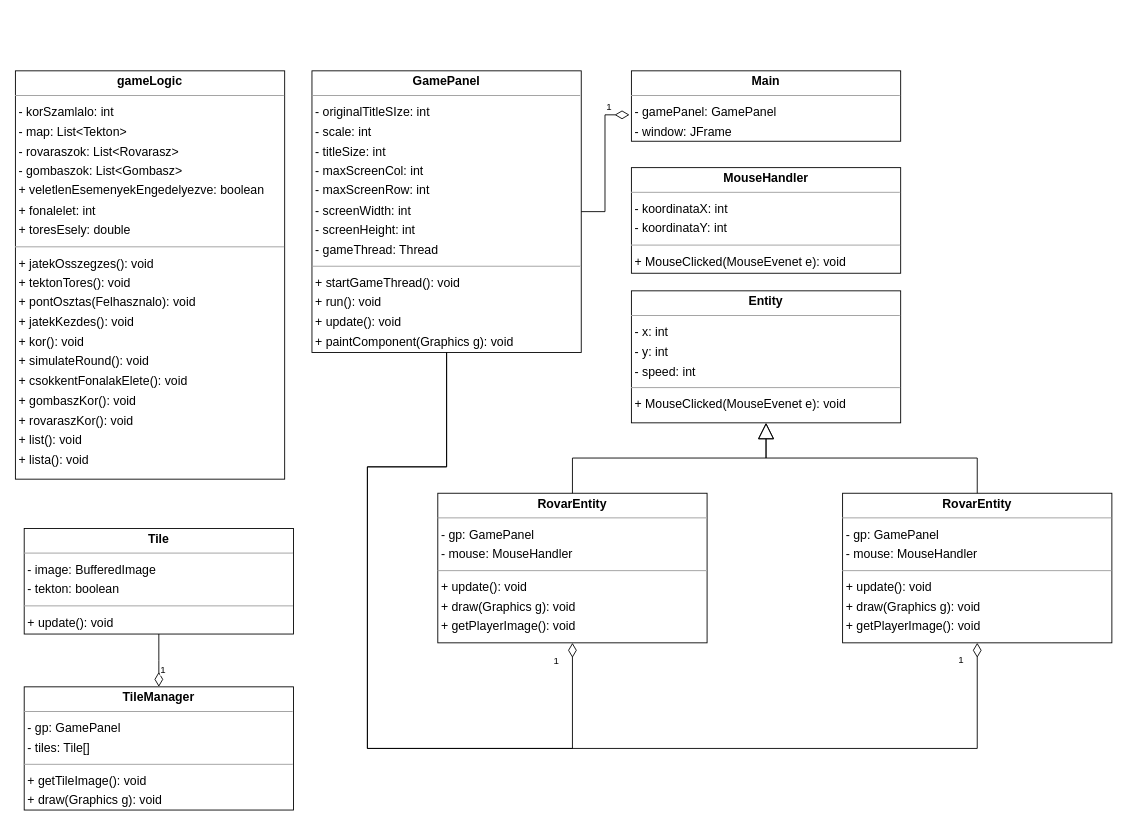
Before: UML/graf/grafikus.drawio in Blasonka/Matukain, a draw.io diagram. Source tidied: cells renumbered, new cells numbered last; positions are measured from the earlier drawing's top-left corner, leaving out a move shared by most shapes. Both pictures are drawn from the tidied source at 88%, with x=0, y=0 at pixel (15, 70).
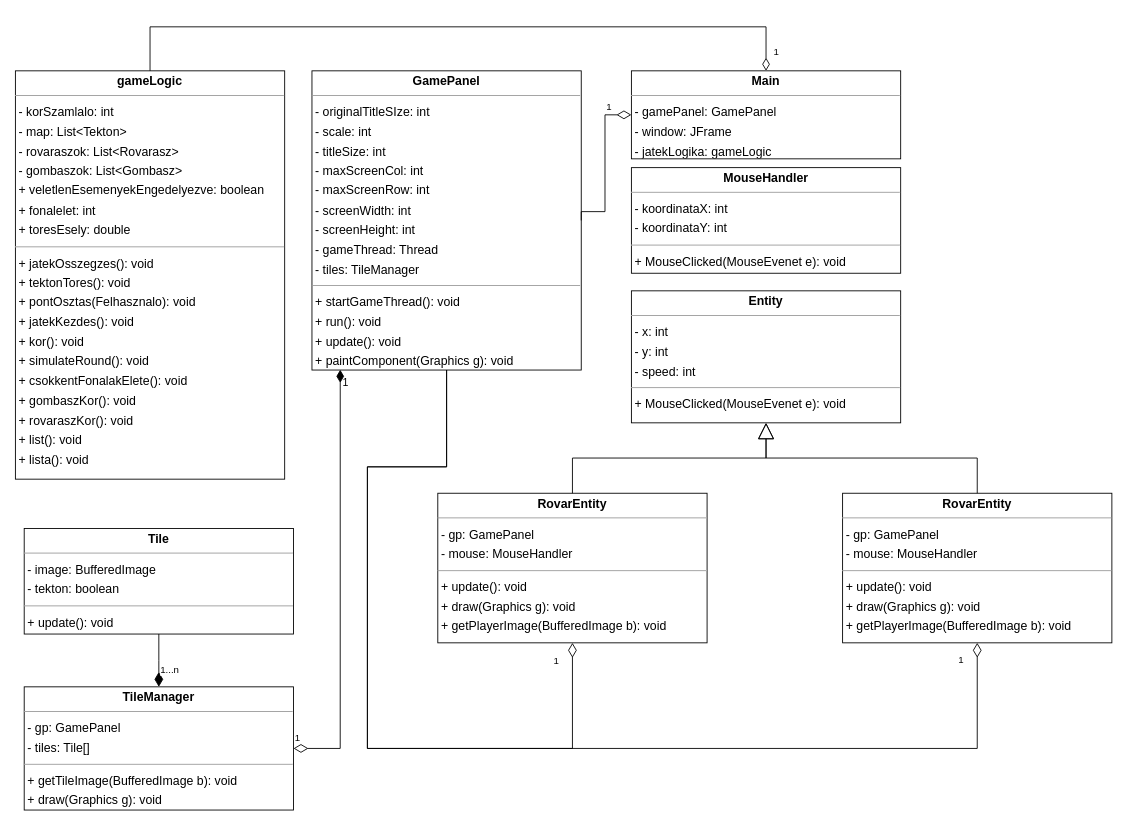
The same diagram, later.

Commit message (it also covers changes not shown here):
UML Grafikus beadott

Unchanged cells that the change refers to:
```xml
<mxCell id="2" value="&lt;p style=&quot;margin:0px;margin-top:4px;text-align:center;&quot;&gt;&lt;b&gt;gameLogic&lt;/b&gt;&lt;/p&gt;&lt;hr size=&quot;1&quot;&gt;&lt;p style=&quot;margin:0 0 0 4px;line-height:1.6;&quot;&gt;- korSzamlalo: int&lt;/p&gt;&lt;p style=&quot;margin:0 0 0 4px;line-height:1.6;&quot;&gt;- map: List&amp;lt;Tekton&amp;gt;&lt;br&gt;- rovaraszok: List&amp;lt;Rovarasz&amp;gt;&lt;br&gt;- gombaszok: List&amp;lt;Gombasz&amp;gt;&lt;br&gt;+ veletlenEsemenyekEngedelyezve: boolean&lt;br&gt;+ fonalelet: int&lt;br&gt;+ toresEsely: double&lt;/p&gt;&lt;hr size=&quot;1&quot;&gt;&lt;p style=&quot;margin:0 0 0 4px;line-height:1.6;&quot;&gt;&lt;span style=&quot;background-color: transparent; color: light-dark(rgb(0, 0, 0), rgb(255, 255, 255));&quot;&gt;+ jatekOsszegzes(): void&lt;/span&gt;&lt;/p&gt;&lt;p style=&quot;margin:0 0 0 4px;line-height:1.6;&quot;&gt;&lt;span style=&quot;background-color: transparent; color: light-dark(rgb(0, 0, 0), rgb(255, 255, 255));&quot;&gt;+ tektonTores(): void&lt;/span&gt;&lt;/p&gt;&lt;p style=&quot;margin:0 0 0 4px;line-height:1.6;&quot;&gt;&lt;span style=&quot;background-color: transparent; color: light-dark(rgb(0, 0, 0), rgb(255, 255, 255));&quot;&gt;+ pontOsztas(Felhasznalo): void&lt;/span&gt;&lt;/p&gt;&lt;p style=&quot;margin:0 0 0 4px;line-height:1.6;&quot;&gt;&lt;span style=&quot;background-color: transparent; color: light-dark(rgb(0, 0, 0), rgb(255, 255, 255));&quot;&gt;+ jatekKezdes(): void&lt;/span&gt;&lt;/p&gt;&lt;p style=&quot;margin:0 0 0 4px;line-height:1.6;&quot;&gt;&lt;span style=&quot;background-color: transparent; color: light-dark(rgb(0, 0, 0), rgb(255, 255, 255));&quot;&gt;+ kor(): void&lt;/span&gt;&lt;/p&gt;&lt;p style=&quot;margin:0 0 0 4px;line-height:1.6;&quot;&gt;+ simulateRound(): void&lt;/p&gt;&lt;p style=&quot;margin:0 0 0 4px;line-height:1.6;&quot;&gt;+ csokkentFonalakElete(): void&lt;br&gt;+ gombaszKor(): void&lt;br&gt;+ rovaraszKor(): void&lt;br&gt;+ list(): void&lt;/p&gt;&lt;p style=&quot;margin:0 0 0 4px;line-height:1.6;&quot;&gt;+ lista(): void&lt;/p&gt;" style="verticalAlign=top;align=left;overflow=fill;fontSize=14;fontFamily=Helvetica;html=1;rounded=0;shadow=0;comic=0;labelBackgroundColor=none;strokeWidth=1;" parent="1" vertex="1">
  <mxGeometry width="306" height="464" as="geometry" />
</mxCell>
<mxCell id="12" value="&lt;p style=&quot;margin:0px;margin-top:4px;text-align:center;&quot;&gt;&lt;b&gt;Tile&lt;/b&gt;&lt;/p&gt;&lt;hr size=&quot;1&quot;&gt;&lt;p style=&quot;margin:0 0 0 4px;line-height:1.6;&quot;&gt;- image: BufferedImage&lt;br&gt;&lt;/p&gt;&lt;p style=&quot;margin:0 0 0 4px;line-height:1.6;&quot;&gt;- tekton: boolean&lt;/p&gt;&lt;hr size=&quot;1&quot;&gt;&lt;p style=&quot;margin:0 0 0 4px;line-height:1.6;&quot;&gt;+ update(): void&lt;br&gt;&lt;/p&gt;" style="verticalAlign=top;align=left;overflow=fill;fontSize=14;fontFamily=Helvetica;html=1;rounded=0;shadow=0;comic=0;labelBackgroundColor=none;strokeWidth=1;" parent="1" vertex="1">
  <mxGeometry x="10" y="520" width="306" height="120" as="geometry" />
</mxCell>
```

The edit, as a diff of the source:
```diff
@@
-    <mxCell id="3" value="&lt;p style=&quot;margin:0px;margin-top:4px;text-align:center;&quot;&gt;&lt;b&gt;GamePanel&lt;/b&gt;&lt;/p&gt;&lt;hr size=&quot;1&quot;&gt;&lt;p style=&quot;margin:0 0 0 4px;line-height:1.6;&quot;&gt;- originalTitleSIze: int&lt;/p&gt;&lt;p style=&quot;margin:0 0 0 4px;line-height:1.6;&quot;&gt;- scale: int&lt;/p&gt;&lt;p style=&quot;margin:0 0 0 4px;line-height:1.6;&quot;&gt;- titleSize: int&lt;/p&gt;&lt;p style=&quot;margin:0 0 0 4px;line-height:1.6;&quot;&gt;- maxScreenCol: int&lt;/p&gt;&lt;p style=&quot;margin:0 0 0 4px;line-height:1.6;&quot;&gt;- maxScreenRow: int&lt;/p&gt;&lt;p style=&quot;margin:0 0 0 4px;line-height:1.6;&quot;&gt;- screenWidth: int&lt;/p&gt;&lt;p style=&quot;margin:0 0 0 4px;line-height:1.6;&quot;&gt;- screenHeight: int&lt;/p&gt;&lt;p style=&quot;margin:0 0 0 4px;line-height:1.6;&quot;&gt;- gameThread: Thread&lt;/p&gt;&lt;hr size=&quot;1&quot;&gt;&lt;p style=&quot;margin:0 0 0 4px;line-height:1.6;&quot;&gt;&lt;span style=&quot;background-color: transparent; color: light-dark(rgb(0, 0, 0), rgb(255, 255, 255));&quot;&gt;+ startGameThread(): void&lt;/span&gt;&lt;/p&gt;&lt;p style=&quot;margin:0 0 0 4px;line-height:1.6;&quot;&gt;&lt;span style=&quot;background-color: transparent; color: light-dark(rgb(0, 0, 0), rgb(255, 255, 255));&quot;&gt;+ run(): void&lt;/span&gt;&lt;/p&gt;&lt;p style=&quot;margin:0 0 0 4px;line-height:1.6;&quot;&gt;&lt;span style=&quot;background-color: transparent; color: light-dark(rgb(0, 0, 0), rgb(255, 255, 255));&quot;&gt;+ update(): void&lt;/span&gt;&lt;/p&gt;&lt;p style=&quot;margin:0 0 0 4px;line-height:1.6;&quot;&gt;&lt;span style=&quot;background-color: transparent; color: light-dark(rgb(0, 0, 0), rgb(255, 255, 255));&quot;&gt;+ paintComponent(Graphics g): void&lt;/span&gt;&lt;/p&gt;" style="verticalAlign=top;align=left;overflow=fill;fontSize=14;fontFamily=Helvetica;html=1;rounded=0;shadow=0;comic=0;labelBackgroundColor=none;strokeWidth=1;" parent="1" vertex="1">
-      <mxGeometry x="337" width="306" height="320" as="geometry" />
+    <mxCell id="3" value="&lt;p style=&quot;margin:0px;margin-top:4px;text-align:center;&quot;&gt;&lt;b&gt;GamePanel&lt;/b&gt;&lt;/p&gt;&lt;hr size=&quot;1&quot;&gt;&lt;p style=&quot;margin:0 0 0 4px;line-height:1.6;&quot;&gt;- originalTitleSIze: int&lt;/p&gt;&lt;p style=&quot;margin:0 0 0 4px;line-height:1.6;&quot;&gt;- scale: int&lt;/p&gt;&lt;p style=&quot;margin:0 0 0 4px;line-height:1.6;&quot;&gt;- titleSize: int&lt;/p&gt;&lt;p style=&quot;margin:0 0 0 4px;line-height:1.6;&quot;&gt;- maxScreenCol: int&lt;/p&gt;&lt;p style=&quot;margin:0 0 0 4px;line-height:1.6;&quot;&gt;- maxScreenRow: int&lt;/p&gt;&lt;p style=&quot;margin:0 0 0 4px;line-height:1.6;&quot;&gt;- screenWidth: int&lt;/p&gt;&lt;p style=&quot;margin:0 0 0 4px;line-height:1.6;&quot;&gt;- screenHeight: int&lt;/p&gt;&lt;p style=&quot;margin:0 0 0 4px;line-height:1.6;&quot;&gt;- gameThread: Thread&lt;/p&gt;&lt;p style=&quot;margin:0 0 0 4px;line-height:1.6;&quot;&gt;- tiles: TileManager&lt;/p&gt;&lt;hr size=&quot;1&quot;&gt;&lt;p style=&quot;margin:0 0 0 4px;line-height:1.6;&quot;&gt;&lt;span style=&quot;background-color: transparent; color: light-dark(rgb(0, 0, 0), rgb(255, 255, 255));&quot;&gt;+ startGameThread(): void&lt;/span&gt;&lt;/p&gt;&lt;p style=&quot;margin:0 0 0 4px;line-height:1.6;&quot;&gt;&lt;span style=&quot;background-color: transparent; color: light-dark(rgb(0, 0, 0), rgb(255, 255, 255));&quot;&gt;+ run(): void&lt;/span&gt;&lt;/p&gt;&lt;p style=&quot;margin:0 0 0 4px;line-height:1.6;&quot;&gt;&lt;span style=&quot;background-color: transparent; color: light-dark(rgb(0, 0, 0), rgb(255, 255, 255));&quot;&gt;+ update(): void&lt;/span&gt;&lt;/p&gt;&lt;p style=&quot;margin:0 0 0 4px;line-height:1.6;&quot;&gt;&lt;span style=&quot;background-color: transparent; color: light-dark(rgb(0, 0, 0), rgb(255, 255, 255));&quot;&gt;+ paintComponent(Graphics g): void&lt;/span&gt;&lt;/p&gt;" style="verticalAlign=top;align=left;overflow=fill;fontSize=14;fontFamily=Helvetica;html=1;rounded=0;shadow=0;comic=0;labelBackgroundColor=none;strokeWidth=1;" parent="1" vertex="1">
+      <mxGeometry x="337" width="306" height="340" as="geometry" />
     </mxCell>
-    <mxCell id="4" value="&lt;p style=&quot;margin:0px;margin-top:4px;text-align:center;&quot;&gt;&lt;b&gt;Main&lt;/b&gt;&lt;/p&gt;&lt;hr size=&quot;1&quot;&gt;&lt;p style=&quot;margin:0 0 0 4px;line-height:1.6;&quot;&gt;- gamePanel: GamePanel&lt;/p&gt;&lt;p style=&quot;margin:0 0 0 4px;line-height:1.6;&quot;&gt;- window: JFrame&lt;/p&gt;" style="verticalAlign=top;align=left;overflow=fill;fontSize=14;fontFamily=Helvetica;html=1;rounded=0;shadow=0;comic=0;labelBackgroundColor=none;strokeWidth=1;" parent="1" vertex="1">
-      <mxGeometry x="700" width="306" height="80" as="geometry" />
+    <mxCell id="4" value="&lt;p style=&quot;margin:0px;margin-top:4px;text-align:center;&quot;&gt;&lt;b&gt;Main&lt;/b&gt;&lt;/p&gt;&lt;hr size=&quot;1&quot;&gt;&lt;p style=&quot;margin:0 0 0 4px;line-height:1.6;&quot;&gt;- gamePanel: GamePanel&lt;/p&gt;&lt;p style=&quot;margin:0 0 0 4px;line-height:1.6;&quot;&gt;- window: JFrame&lt;/p&gt;&lt;p style=&quot;margin:0 0 0 4px;line-height:1.6;&quot;&gt;- jatekLogika: gameLogic&lt;/p&gt;" style="verticalAlign=top;align=left;overflow=fill;fontSize=14;fontFamily=Helvetica;html=1;rounded=0;shadow=0;comic=0;labelBackgroundColor=none;strokeWidth=1;" parent="1" vertex="1">
+      <mxGeometry x="700" width="306" height="100" as="geometry" />
     </mxCell>
@@
-    <mxCell id="7" value="1" style="endArrow=none;html=1;endSize=12;startArrow=diamondThin;startSize=14;startFill=0;edgeStyle=orthogonalEdgeStyle;align=left;verticalAlign=bottom;rounded=0;exitX=-0.007;exitY=0.625;exitDx=0;exitDy=0;exitPerimeter=0;entryX=1;entryY=0.5;entryDx=0;entryDy=0;" parent="1" edge="1" source="4" target="3">
+    <mxCell id="7" value="1" style="endArrow=none;html=1;endSize=12;startArrow=diamondThin;startSize=14;startFill=0;edgeStyle=orthogonalEdgeStyle;align=left;verticalAlign=bottom;rounded=0;entryX=1;entryY=0.5;entryDx=0;entryDy=0;exitX=0;exitY=0.5;exitDx=0;exitDy=0;" parent="1" edge="1" source="4" target="3">
       <mxGeometry x="-0.66" relative="1" as="geometry">
         <Array as="points">
           <mxPoint x="670" y="50" />
           <mxPoint x="670" y="160" />
         </Array>
       </mxGeometry>
     </mxCell>
-    <mxCell id="8" value="&lt;p style=&quot;margin:0px;margin-top:4px;text-align:center;&quot;&gt;&lt;b&gt;RovarEntity&lt;/b&gt;&lt;/p&gt;&lt;hr size=&quot;1&quot;&gt;&lt;p style=&quot;margin:0 0 0 4px;line-height:1.6;&quot;&gt;- gp: GamePanel&lt;br&gt;&lt;/p&gt;&lt;p style=&quot;margin:0 0 0 4px;line-height:1.6;&quot;&gt;- mouse: MouseHandler&lt;/p&gt;&lt;hr size=&quot;1&quot;&gt;&lt;p style=&quot;margin:0 0 0 4px;line-height:1.6;&quot;&gt;+ update(): void&lt;/p&gt;&lt;p style=&quot;margin:0 0 0 4px;line-height:1.6;&quot;&gt;+ draw(Graphics g): void&lt;/p&gt;&lt;p style=&quot;margin:0 0 0 4px;line-height:1.6;&quot;&gt;+ getPlayerImage(): void&lt;/p&gt;" style="verticalAlign=top;align=left;overflow=fill;fontSize=14;fontFamily=Helvetica;html=1;rounded=0;shadow=0;comic=0;labelBackgroundColor=none;strokeWidth=1;" parent="1" vertex="1">
+    <mxCell id="8" value="&lt;p style=&quot;margin:0px;margin-top:4px;text-align:center;&quot;&gt;&lt;b&gt;RovarEntity&lt;/b&gt;&lt;/p&gt;&lt;hr size=&quot;1&quot;&gt;&lt;p style=&quot;margin:0 0 0 4px;line-height:1.6;&quot;&gt;- gp: GamePanel&lt;br&gt;&lt;/p&gt;&lt;p style=&quot;margin:0 0 0 4px;line-height:1.6;&quot;&gt;- mouse: MouseHandler&lt;/p&gt;&lt;hr size=&quot;1&quot;&gt;&lt;p style=&quot;margin:0 0 0 4px;line-height:1.6;&quot;&gt;+ update(): void&lt;/p&gt;&lt;p style=&quot;margin:0 0 0 4px;line-height:1.6;&quot;&gt;+ draw(Graphics g): void&lt;/p&gt;&lt;p style=&quot;margin:0 0 0 4px;line-height:1.6;&quot;&gt;+ getPlayerImage(BufferedImage b): void&lt;/p&gt;" style="verticalAlign=top;align=left;overflow=fill;fontSize=14;fontFamily=Helvetica;html=1;rounded=0;shadow=0;comic=0;labelBackgroundColor=none;strokeWidth=1;" parent="1" vertex="1">
       <mxGeometry x="480" y="480" width="306" height="170" as="geometry" />
     </mxCell>
-    <mxCell id="9" value="&lt;p style=&quot;margin:0px;margin-top:4px;text-align:center;&quot;&gt;&lt;b&gt;RovarEntity&lt;/b&gt;&lt;/p&gt;&lt;hr size=&quot;1&quot;&gt;&lt;p style=&quot;margin:0 0 0 4px;line-height:1.6;&quot;&gt;- gp: GamePanel&lt;br&gt;&lt;/p&gt;&lt;p style=&quot;margin:0 0 0 4px;line-height:1.6;&quot;&gt;- mouse: MouseHandler&lt;/p&gt;&lt;hr size=&quot;1&quot;&gt;&lt;p style=&quot;margin:0 0 0 4px;line-height:1.6;&quot;&gt;+ update(): void&lt;/p&gt;&lt;p style=&quot;margin:0 0 0 4px;line-height:1.6;&quot;&gt;+ draw(Graphics g): void&lt;/p&gt;&lt;p style=&quot;margin:0 0 0 4px;line-height:1.6;&quot;&gt;+ getPlayerImage(): void&lt;/p&gt;" style="verticalAlign=top;align=left;overflow=fill;fontSize=14;fontFamily=Helvetica;html=1;rounded=0;shadow=0;comic=0;labelBackgroundColor=none;strokeWidth=1;" parent="1" vertex="1">
+    <mxCell id="9" value="&lt;p style=&quot;margin:0px;margin-top:4px;text-align:center;&quot;&gt;&lt;b&gt;RovarEntity&lt;/b&gt;&lt;/p&gt;&lt;hr size=&quot;1&quot;&gt;&lt;p style=&quot;margin:0 0 0 4px;line-height:1.6;&quot;&gt;- gp: GamePanel&lt;br&gt;&lt;/p&gt;&lt;p style=&quot;margin:0 0 0 4px;line-height:1.6;&quot;&gt;- mouse: MouseHandler&lt;/p&gt;&lt;hr size=&quot;1&quot;&gt;&lt;p style=&quot;margin:0 0 0 4px;line-height:1.6;&quot;&gt;+ update(): void&lt;/p&gt;&lt;p style=&quot;margin:0 0 0 4px;line-height:1.6;&quot;&gt;+ draw(Graphics g): void&lt;/p&gt;&lt;p style=&quot;margin:0 0 0 4px;line-height:1.6;&quot;&gt;+ getPlayerImage(BufferedImage b): void&lt;/p&gt;" style="verticalAlign=top;align=left;overflow=fill;fontSize=14;fontFamily=Helvetica;html=1;rounded=0;shadow=0;comic=0;labelBackgroundColor=none;strokeWidth=1;" parent="1" vertex="1">
       <mxGeometry x="940" y="480" width="306" height="170" as="geometry" />
     </mxCell>
@@
-    <mxCell id="13" value="&lt;p style=&quot;margin:0px;margin-top:4px;text-align:center;&quot;&gt;&lt;b&gt;TileManager&lt;/b&gt;&lt;/p&gt;&lt;hr size=&quot;1&quot;&gt;&lt;p style=&quot;margin:0 0 0 4px;line-height:1.6;&quot;&gt;- gp: GamePanel&lt;br&gt;&lt;/p&gt;&lt;p style=&quot;margin:0 0 0 4px;line-height:1.6;&quot;&gt;- tiles: Tile[]&lt;/p&gt;&lt;hr size=&quot;1&quot;&gt;&lt;p style=&quot;margin:0 0 0 4px;line-height:1.6;&quot;&gt;+ getTileImage(): void&lt;/p&gt;&lt;p style=&quot;margin:0 0 0 4px;line-height:1.6;&quot;&gt;+ draw(Graphics g): void&lt;/p&gt;" style="verticalAlign=top;align=left;overflow=fill;fontSize=14;fontFamily=Helvetica;html=1;rounded=0;shadow=0;comic=0;labelBackgroundColor=none;strokeWidth=1;" parent="1" vertex="1">
+    <mxCell id="13" value="&lt;p style=&quot;margin:0px;margin-top:4px;text-align:center;&quot;&gt;&lt;b&gt;TileManager&lt;/b&gt;&lt;/p&gt;&lt;hr size=&quot;1&quot;&gt;&lt;p style=&quot;margin:0 0 0 4px;line-height:1.6;&quot;&gt;- gp: GamePanel&lt;br&gt;&lt;/p&gt;&lt;p style=&quot;margin:0 0 0 4px;line-height:1.6;&quot;&gt;- tiles: Tile[]&lt;/p&gt;&lt;hr size=&quot;1&quot;&gt;&lt;p style=&quot;margin:0 0 0 4px;line-height:1.6;&quot;&gt;+ getTileImage(BufferedImage b): void&lt;/p&gt;&lt;p style=&quot;margin:0 0 0 4px;line-height:1.6;&quot;&gt;+ draw(Graphics g): void&lt;/p&gt;" style="verticalAlign=top;align=left;overflow=fill;fontSize=14;fontFamily=Helvetica;html=1;rounded=0;shadow=0;comic=0;labelBackgroundColor=none;strokeWidth=1;" parent="1" vertex="1">
       <mxGeometry x="10" y="700" width="306" height="140" as="geometry" />
     </mxCell>
-    <mxCell id="14" value="1" style="endArrow=none;html=1;endSize=12;startArrow=diamondThin;startSize=14;startFill=0;edgeStyle=orthogonalEdgeStyle;align=left;verticalAlign=bottom;rounded=0;exitX=0.5;exitY=0;exitDx=0;exitDy=0;entryX=0.5;entryY=1;entryDx=0;entryDy=0;" parent="1" edge="1" source="13" target="12">
+    <mxCell id="14" value="1...n" style="endArrow=none;html=1;endSize=12;startArrow=diamondThin;startSize=14;startFill=1;edgeStyle=orthogonalEdgeStyle;align=left;verticalAlign=bottom;rounded=0;exitX=0.5;exitY=0;exitDx=0;exitDy=0;entryX=0.5;entryY=1;entryDx=0;entryDy=0;" parent="1" edge="1" source="13" target="12">
       <mxGeometry x="-0.66" relative="1" as="geometry">
         <Array as="points">
           <mxPoint x="163" y="670" />
           <mxPoint x="163" y="670" />
         </Array>
       </mxGeometry>
     </mxCell>
@@
+    <mxCell id="17" value="1" style="endArrow=diamondThin;html=1;endSize=12;startArrow=diamondThin;startSize=14;startFill=0;edgeStyle=orthogonalEdgeStyle;align=left;verticalAlign=bottom;rounded=0;exitX=1;exitY=0.5;exitDx=0;exitDy=0;endFill=1;entryX=0.105;entryY=0.999;entryDx=0;entryDy=0;entryPerimeter=0;" parent="1" edge="1" source="13" target="3">
+      <mxGeometry x="-1" y="3" relative="1" as="geometry">
+        <Array as="points">
+          <mxPoint x="369" y="770" />
+        </Array>
+      </mxGeometry>
+    </mxCell>
+    <mxCell id="18" value="1" style="endArrow=diamondThin;html=1;endSize=12;startArrow=none;startSize=14;startFill=0;edgeStyle=orthogonalEdgeStyle;align=left;verticalAlign=bottom;rounded=0;exitX=0.5;exitY=0;exitDx=0;exitDy=0;entryX=0.5;entryY=0;entryDx=0;entryDy=0;endFill=0;" parent="1" edge="1" source="2" target="4">
+      <mxGeometry x="0.97" y="7" relative="1" as="geometry">
+        <Array as="points">
+          <mxPoint x="153" y="-50" />
+          <mxPoint x="853" y="-50" />
+        </Array>
+        <mxPoint y="-1" as="offset" />
+      </mxGeometry>
+    </mxCell>
+    <mxCell id="19" value="1" style="text;html=1;align=center;verticalAlign=middle;strokeColor=none;fillColor=none;" parent="1" vertex="1">
+      <mxGeometry x="360" y="340" width="30" height="30" as="geometry" />
+    </mxCell>
```
